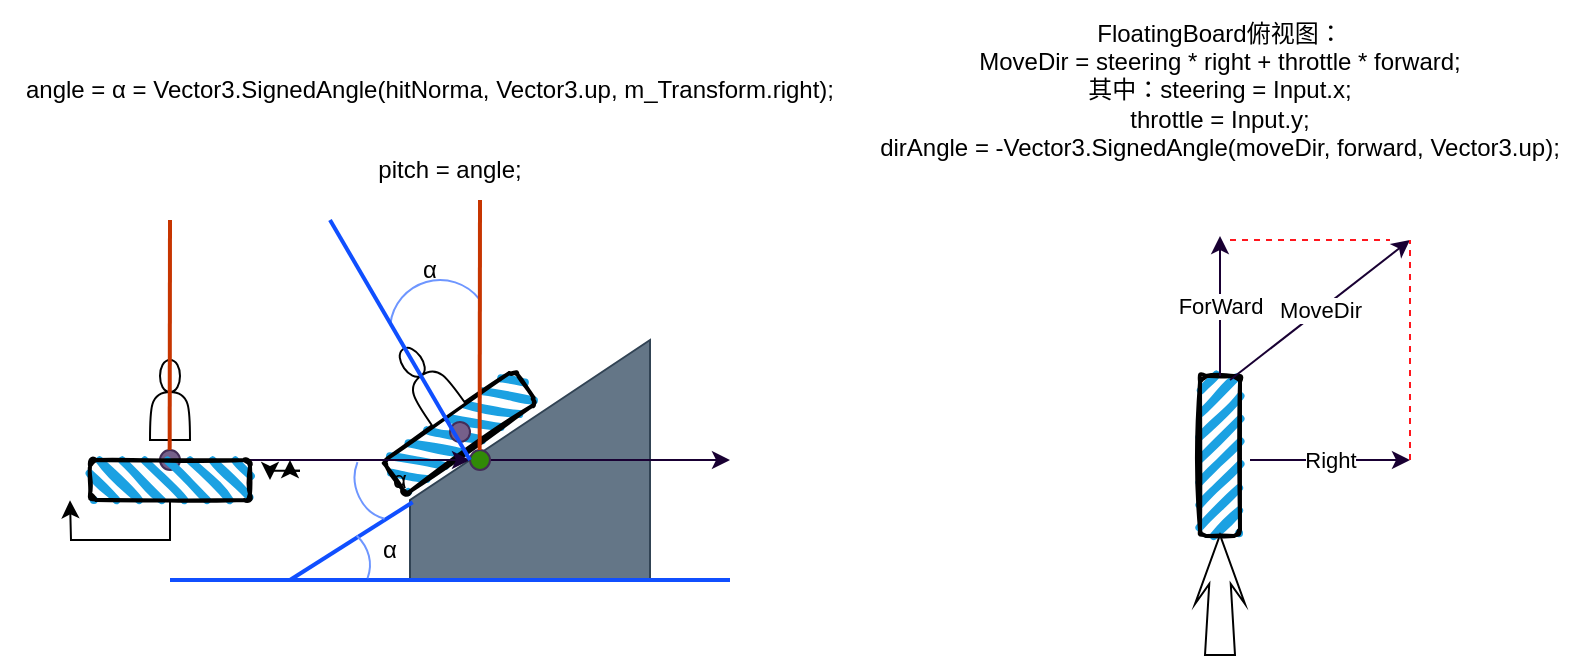
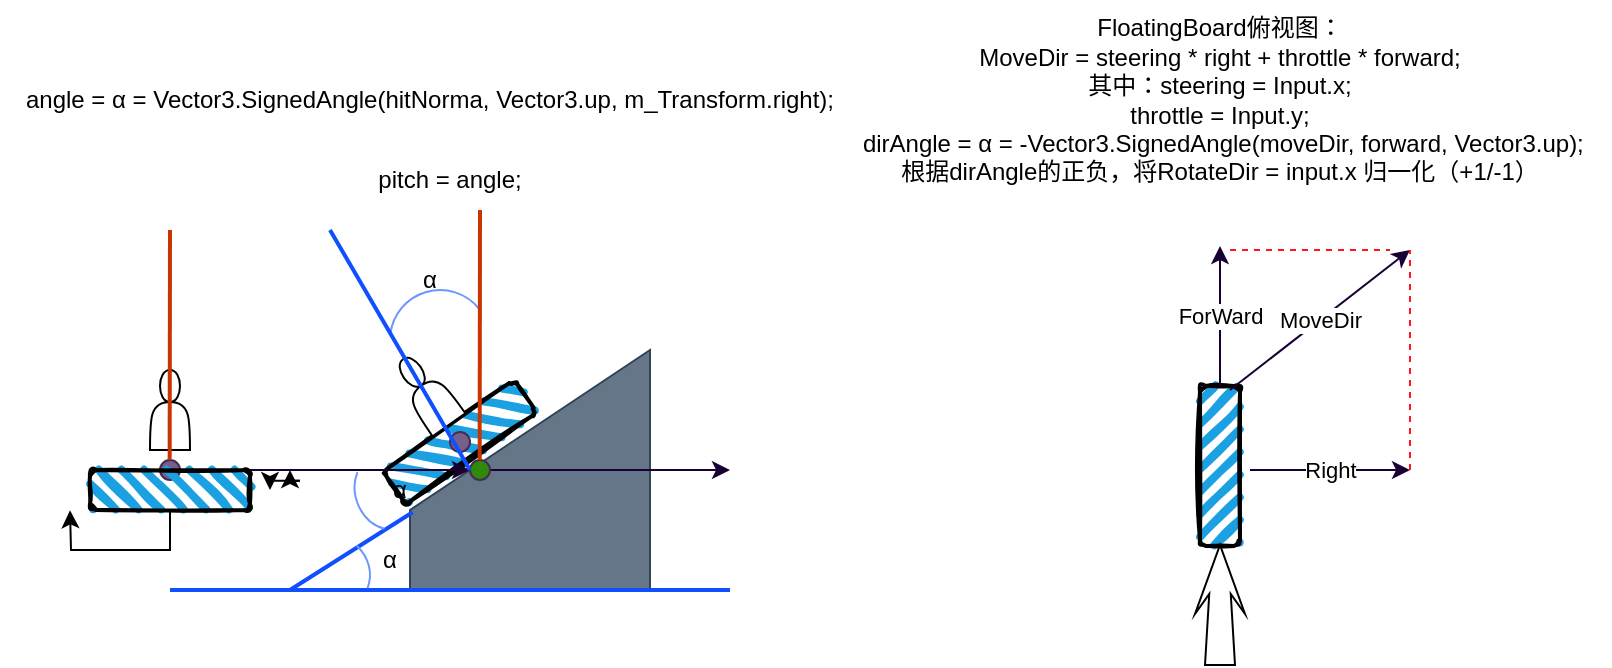
<mxfile host="app.diagrams.net">
  <diagram name="第 1 页" id="Z0DC_knzU1L9sbGcegjl">
    <mxGraphModel dx="877" dy="560" grid="1" gridSize="10" guides="1" tooltips="1" connect="1" arrows="1" fold="1" page="1" pageScale="1" pageWidth="827" pageHeight="1169" background="light-dark(#FFFFFF,#FFFFFF)" math="0" shadow="0">
      <root>
        <mxCell id="0" />
        <mxCell id="1" parent="0" />
        <mxCell id="fx_5rI_hlLQzRWBr8DUU-37" connectable="0" parent="1" style="group;rotation=-35;" value="" vertex="1">
          <mxGeometry height="70" width="80" x="210" y="190" as="geometry" />
        </mxCell>
        <mxCell id="fx_5rI_hlLQzRWBr8DUU-38" parent="fx_5rI_hlLQzRWBr8DUU-37" style="rounded=1;whiteSpace=wrap;html=1;strokeWidth=2;fillWeight=4;hachureGap=8;hachureAngle=45;fillColor=#1ba1e2;sketch=1;rotation=-35;" value="" vertex="1">
          <mxGeometry height="20" width="80" x="15" y="46" as="geometry" />
        </mxCell>
        <mxCell id="fx_5rI_hlLQzRWBr8DUU-39" parent="fx_5rI_hlLQzRWBr8DUU-37" style="shape=actor;whiteSpace=wrap;html=1;rotation=-35;" value="" vertex="1">
          <mxGeometry height="40" width="20" x="28" y="11" as="geometry" />
        </mxCell>
        <mxCell id="fx_5rI_hlLQzRWBr8DUU-40" parent="fx_5rI_hlLQzRWBr8DUU-37" style="ellipse;whiteSpace=wrap;html=1;aspect=fixed;strokeColor=#432D57;fillColor=#76608a;fontColor=#ffffff;rotation=-35;" value="" vertex="1">
          <mxGeometry height="10" width="10" x="50" y="51" as="geometry" />
        </mxCell>
        <mxCell id="fx_5rI_hlLQzRWBr8DUU-41" parent="fx_5rI_hlLQzRWBr8DUU-37" style="shape=mxgraph.basic.arc;html=1;startAngle=0.7682831795977167;endAngle=0.14289333360926398;endArrow=classic;endFill=1;fontColor=light-dark(default, #bb2a2a);strokeColor=#6E96FF;rotation=0;" value="" vertex="1">
          <mxGeometry height="50" width="50" x="20" y="-20" as="geometry" />
        </mxCell>
        <mxCell id="fx_5rI_hlLQzRWBr8DUU-6" parent="1" style="shape=manualInput;boundedLbl=1;whiteSpace=wrap;html=1;size=80;fillColor=#647687;fontColor=#ffffff;strokeColor=#314354;" value="" vertex="1">
          <mxGeometry height="120" width="120" x="240" y="200" as="geometry" />
        </mxCell>
        <mxCell id="fx_5rI_hlLQzRWBr8DUU-7" connectable="0" parent="1" style="group" value="" vertex="1">
          <mxGeometry height="70" width="80" x="80" y="200" as="geometry" />
        </mxCell>
        <mxCell id="fx_5rI_hlLQzRWBr8DUU-5" parent="fx_5rI_hlLQzRWBr8DUU-7" style="shape=actor;whiteSpace=wrap;html=1;" value="" vertex="1">
          <mxGeometry height="40" width="20" x="30" y="10" as="geometry" />
        </mxCell>
        <mxCell id="fx_5rI_hlLQzRWBr8DUU-15" parent="fx_5rI_hlLQzRWBr8DUU-7" style="ellipse;whiteSpace=wrap;html=1;aspect=fixed;strokeColor=#432D57;fillColor=#76608a;fontColor=#ffffff;" value="" vertex="1">
          <mxGeometry height="10" width="10" x="35" y="55" as="geometry" />
        </mxCell>
        <mxCell id="fx_5rI_hlLQzRWBr8DUU-52" edge="1" parent="fx_5rI_hlLQzRWBr8DUU-7" source="fx_5rI_hlLQzRWBr8DUU-51" style="edgeStyle=orthogonalEdgeStyle;rounded=0;orthogonalLoop=1;jettySize=auto;html=1;exitX=0.5;exitY=1;exitDx=0;exitDy=0;">
          <mxGeometry relative="1" as="geometry">
            <mxPoint x="-10" y="80.14285714285711" as="targetPoint" />
          </mxGeometry>
        </mxCell>
        <mxCell id="fx_5rI_hlLQzRWBr8DUU-14" edge="1" parent="1" source="fx_5rI_hlLQzRWBr8DUU-18" style="endArrow=classic;html=1;rounded=0;endFill=1;strokeWidth=1;strokeColor=light-dark(#190033,#000033);exitX=1;exitY=0.5;exitDx=0;exitDy=0;" value="">
          <mxGeometry height="50" relative="1" width="50" as="geometry">
            <mxPoint x="200" y="259.86" as="sourcePoint" />
            <mxPoint x="400" y="260" as="targetPoint" />
          </mxGeometry>
        </mxCell>
        <mxCell id="fx_5rI_hlLQzRWBr8DUU-18" parent="1" style="ellipse;whiteSpace=wrap;html=1;aspect=fixed;strokeColor=#432D57;fillColor=#318A07;fontColor=#ffffff;" value="" vertex="1">
          <mxGeometry height="10" width="10" x="270" y="255" as="geometry" />
        </mxCell>
        <mxCell id="fx_5rI_hlLQzRWBr8DUU-19" edge="1" parent="1" source="fx_5rI_hlLQzRWBr8DUU-15" style="endArrow=classic;html=1;rounded=0;endFill=1;strokeWidth=1;strokeColor=light-dark(#190033,#000033);exitX=1;exitY=0.5;exitDx=0;exitDy=0;" target="fx_5rI_hlLQzRWBr8DUU-18" value="">
          <mxGeometry height="50" relative="1" width="50" as="geometry">
            <mxPoint x="125" y="260" as="sourcePoint" />
            <mxPoint x="400" y="260" as="targetPoint" />
          </mxGeometry>
        </mxCell>
        <mxCell id="fx_5rI_hlLQzRWBr8DUU-21" edge="1" parent="1" style="endArrow=none;html=1;rounded=0;fillColor=#FFE5FC;strokeWidth=2;strokeColor=#104FFF;" value="">
          <mxGeometry height="50" relative="1" width="50" as="geometry">
            <mxPoint x="270" y="260" as="sourcePoint" />
            <mxPoint x="200" y="140" as="targetPoint" />
          </mxGeometry>
        </mxCell>
        <mxCell id="fx_5rI_hlLQzRWBr8DUU-24" edge="1" parent="1" source="fx_5rI_hlLQzRWBr8DUU-6" style="endArrow=none;html=1;rounded=0;fillColor=#FFE5FC;strokeWidth=2;strokeColor=#104FFF;exitX=0.011;exitY=0.676;exitDx=0;exitDy=0;exitPerimeter=0;" value="">
          <mxGeometry height="50" relative="1" width="50" as="geometry">
            <mxPoint x="210" y="330" as="sourcePoint" />
            <mxPoint x="180" y="320" as="targetPoint" />
          </mxGeometry>
        </mxCell>
        <mxCell id="fx_5rI_hlLQzRWBr8DUU-25" edge="1" parent="1" style="endArrow=none;html=1;rounded=0;fillColor=#fa6800;strokeWidth=2;strokeColor=#C73500;" value="">
          <mxGeometry height="50" relative="1" width="50" as="geometry">
            <mxPoint x="119.83000000000001" y="255" as="sourcePoint" />
            <mxPoint x="120" y="140" as="targetPoint" />
          </mxGeometry>
        </mxCell>
        <mxCell id="fx_5rI_hlLQzRWBr8DUU-26" edge="1" parent="1" style="endArrow=none;html=1;rounded=0;fillColor=#fa6800;strokeWidth=2;strokeColor=#C73500;" value="">
          <mxGeometry height="50" relative="1" width="50" as="geometry">
            <mxPoint x="274.83000000000004" y="255" as="sourcePoint" />
            <mxPoint x="275" y="130" as="targetPoint" />
          </mxGeometry>
        </mxCell>
        <mxCell id="fx_5rI_hlLQzRWBr8DUU-28" edge="1" parent="1" style="endArrow=none;html=1;rounded=0;fillColor=#FFE5FC;strokeWidth=2;strokeColor=light-dark(#104FFF, #000000);" value="">
          <mxGeometry height="50" relative="1" width="50" as="geometry">
            <mxPoint x="400" y="320" as="sourcePoint" />
            <mxPoint x="120" y="320" as="targetPoint" />
          </mxGeometry>
        </mxCell>
        <mxCell id="fx_5rI_hlLQzRWBr8DUU-31" parent="1" style="text;html=1;whiteSpace=wrap;strokeColor=none;fillColor=none;align=center;verticalAlign=middle;rounded=0;autosize=1;resizable=0;fontColor=light-dark(#000000, #080808);" value="α" vertex="1">
          <mxGeometry height="30" width="30" x="215" y="290" as="geometry" />
        </mxCell>
        <mxCell id="fx_5rI_hlLQzRWBr8DUU-33" parent="1" style="text;html=1;whiteSpace=wrap;strokeColor=none;fillColor=none;align=center;verticalAlign=middle;rounded=0;autosize=1;resizable=0;fontColor=light-dark(#000000, #080808);" value="α" vertex="1">
          <mxGeometry height="30" width="30" x="220" y="255" as="geometry" />
        </mxCell>
        <mxCell id="fx_5rI_hlLQzRWBr8DUU-35" parent="1" style="text;html=1;whiteSpace=wrap;strokeColor=none;fillColor=none;align=center;verticalAlign=middle;rounded=0;autosize=1;resizable=0;fontColor=light-dark(#000000, #080808);" value="α" vertex="1">
          <mxGeometry height="30" width="30" x="235" y="150" as="geometry" />
        </mxCell>
        <mxCell id="fx_5rI_hlLQzRWBr8DUU-43" edge="1" parent="1" style="edgeStyle=orthogonalEdgeStyle;rounded=0;orthogonalLoop=1;jettySize=auto;html=1;">
          <mxGeometry relative="1" as="geometry">
            <mxPoint x="185" y="265.3553390593273" as="sourcePoint" />
            <mxPoint x="180" y="260" as="targetPoint" />
          </mxGeometry>
        </mxCell>
        <mxCell id="fx_5rI_hlLQzRWBr8DUU-44" edge="1" parent="1" style="edgeStyle=orthogonalEdgeStyle;rounded=0;orthogonalLoop=1;jettySize=auto;html=1;">
          <mxGeometry relative="1" as="geometry">
            <mxPoint x="185" y="265.3553390593273" as="sourcePoint" />
            <mxPoint x="170" y="270" as="targetPoint" />
          </mxGeometry>
        </mxCell>
        <mxCell id="fx_5rI_hlLQzRWBr8DUU-45" parent="1" style="shape=mxgraph.basic.arc;html=1;startAngle=0.822107692393224;endAngle=0.11112848892826835;endArrow=classic;endFill=1;fontColor=light-dark(default, #bb2a2a);strokeColor=#6E96FF;rotation=-105;" value="" vertex="1">
          <mxGeometry height="35" width="40" x="210" y="252.49999999999997" as="geometry" />
        </mxCell>
        <mxCell id="fx_5rI_hlLQzRWBr8DUU-47" parent="1" style="shape=mxgraph.basic.arc;html=1;startAngle=0.20235438405496714;endAngle=0.3627813740139013;endArrow=classic;endFill=1;fontColor=light-dark(default, #bb2a2a);strokeColor=#6E96FF;rotation=-180;flipH=1;legacyAnchorPoints=0;" value="" vertex="1">
          <mxGeometry height="45" width="55" x="165" y="290" as="geometry" />
        </mxCell>
        <mxCell id="fx_5rI_hlLQzRWBr8DUU-49" parent="1" style="text;html=1;whiteSpace=wrap;strokeColor=none;fillColor=none;align=center;verticalAlign=middle;rounded=0;autosize=1;resizable=0;fontColor=light-dark(#000000, #080808);" value="angle = α = Vector3.SignedAngle(hitNorma, Vector3.up, m_Transform.right);" vertex="1">
          <mxGeometry height="30" width="430" x="35" y="60" as="geometry" />
        </mxCell>
-         <mxCell id="fx_5rI_hlLQzRWBr8DUU-50" parent="1" style="text;html=1;whiteSpace=wrap;strokeColor=none;fillColor=none;align=center;verticalAlign=middle;rounded=0;autosize=1;resizable=0;fontColor=light-dark(#000000, #080808);" value="FloatingBoard俯视图：&lt;br&gt;MoveDir = steering * right + throttle * forward;&lt;div&gt;其中：steering = Input.x;&lt;br&gt;throttle = Input.y;&lt;/div&gt;&lt;div&gt;dirAngle = -Vector3.SignedAngle(moveDir, forward, Vector3.up);&lt;/div&gt;" vertex="1">
-           <mxGeometry height="90" width="360" x="465" y="30" as="geometry" />
+         <mxCell id="fx_5rI_hlLQzRWBr8DUU-50" parent="1" style="text;html=1;whiteSpace=wrap;strokeColor=none;fillColor=none;align=center;verticalAlign=middle;rounded=0;autosize=1;resizable=0;fontColor=light-dark(#000000, #080808);" value="FloatingBoard俯视图：&lt;br&gt;MoveDir = steering * right + throttle * forward;&lt;div&gt;其中：steering = Input.x;&lt;br&gt;throttle = Input.y;&lt;/div&gt;&lt;div&gt;&lt;span style=&quot;background-color: transparent; color: light-dark(rgb(0, 0, 0), rgb(8, 8, 8));&quot;&gt;&amp;nbsp;&lt;/span&gt;&lt;span style=&quot;background-color: transparent; color: light-dark(rgb(0, 0, 0), rgb(8, 8, 8));&quot;&gt;dirAngle =&amp;nbsp;&lt;/span&gt;α = -Vector3.SignedAngle(moveDir, forward, Vector3.up);&lt;br&gt;根据dirAngle的正负，将RotateDir = input.x 归一化（+1/-1）&lt;/div&gt;" vertex="1">
+           <mxGeometry height="100" width="390" x="450" y="25" as="geometry" />
        </mxCell>
        <mxCell id="fx_5rI_hlLQzRWBr8DUU-51" parent="1" style="rounded=1;whiteSpace=wrap;html=1;strokeWidth=2;fillWeight=4;hachureGap=8;hachureAngle=45;fillColor=#1ba1e2;sketch=1;" value="" vertex="1">
          <mxGeometry height="20" width="80" x="80" y="260" as="geometry" />
        </mxCell>
        <mxCell id="fx_5rI_hlLQzRWBr8DUU-58" connectable="0" parent="1" style="group;rotation=-90;" value="" vertex="1">
          <mxGeometry height="25" width="210" x="540" y="240" as="geometry" />
        </mxCell>
        <mxCell id="fx_5rI_hlLQzRWBr8DUU-4" parent="fx_5rI_hlLQzRWBr8DUU-58" style="rounded=1;whiteSpace=wrap;html=1;strokeWidth=2;fillWeight=4;hachureGap=8;hachureAngle=45;fillColor=#1ba1e2;sketch=1;rotation=-90;" value="" vertex="1">
          <mxGeometry height="20" width="80" x="65" y="8" as="geometry" />
        </mxCell>
        <mxCell id="fx_5rI_hlLQzRWBr8DUU-54" parent="fx_5rI_hlLQzRWBr8DUU-58" style="html=1;shadow=0;dashed=0;align=center;verticalAlign=middle;shape=mxgraph.arrows2.stylisedArrow;dy=0.57;dx=24.48;notch=0;feather=0.4;rotation=-90;" value="" vertex="1">
          <mxGeometry height="25" width="60" x="75" y="75" as="geometry" />
        </mxCell>
        <mxCell id="fx_5rI_hlLQzRWBr8DUU-56" edge="1" parent="fx_5rI_hlLQzRWBr8DUU-58" style="endArrow=classic;html=1;rounded=0;endFill=1;strokeWidth=1;strokeColor=light-dark(#190033,#000033);" value="ForWard">
          <mxGeometry height="50" relative="1" width="50" as="geometry">
            <mxPoint x="105" y="-22" as="sourcePoint" />
            <mxPoint x="105" y="-92" as="targetPoint" />
          </mxGeometry>
        </mxCell>
        <mxCell id="fx_5rI_hlLQzRWBr8DUU-60" parent="1" style="text;html=1;whiteSpace=wrap;strokeColor=none;fillColor=none;align=center;verticalAlign=middle;rounded=0;autosize=1;resizable=0;fontColor=light-dark(#000000, #080808);" value="pitch = angle;" vertex="1">
          <mxGeometry height="30" width="100" x="210" y="100" as="geometry" />
        </mxCell>
        <mxCell id="fx_5rI_hlLQzRWBr8DUU-61" edge="1" parent="1" style="endArrow=classic;html=1;rounded=0;endFill=1;strokeWidth=1;strokeColor=light-dark(#190033,#000033);" value="Right">
          <mxGeometry height="50" relative="1" width="50" as="geometry">
            <mxPoint x="660" y="260" as="sourcePoint" />
            <mxPoint x="740" y="260" as="targetPoint" />
          </mxGeometry>
        </mxCell>
        <mxCell id="fx_5rI_hlLQzRWBr8DUU-62" edge="1" parent="1" style="endArrow=classic;html=1;rounded=0;endFill=1;strokeWidth=1;strokeColor=light-dark(#190033,#000033);" value="MoveDir">
          <mxGeometry height="50" relative="1" width="50" as="geometry">
            <mxPoint x="650" y="220" as="sourcePoint" />
            <mxPoint x="740" y="150" as="targetPoint" />
          </mxGeometry>
        </mxCell>
        <mxCell id="fx_5rI_hlLQzRWBr8DUU-63" edge="1" parent="1" style="endArrow=none;dashed=1;html=1;rounded=0;strokeColor=#FF161D;fillColor=#76608a;" value="">
          <mxGeometry height="50" relative="1" width="50" as="geometry">
            <mxPoint x="650" y="150" as="sourcePoint" />
            <mxPoint x="730" y="150" as="targetPoint" />
          </mxGeometry>
        </mxCell>
        <mxCell id="fx_5rI_hlLQzRWBr8DUU-64" edge="1" parent="1" style="endArrow=none;dashed=1;html=1;rounded=0;strokeColor=#FF161D;fillColor=#76608a;" value="">
          <mxGeometry height="50" relative="1" width="50" as="geometry">
            <mxPoint x="740" y="260" as="sourcePoint" />
            <mxPoint x="740" y="150" as="targetPoint" />
          </mxGeometry>
        </mxCell>
      </root>
    </mxGraphModel>
  </diagram>
</mxfile>
